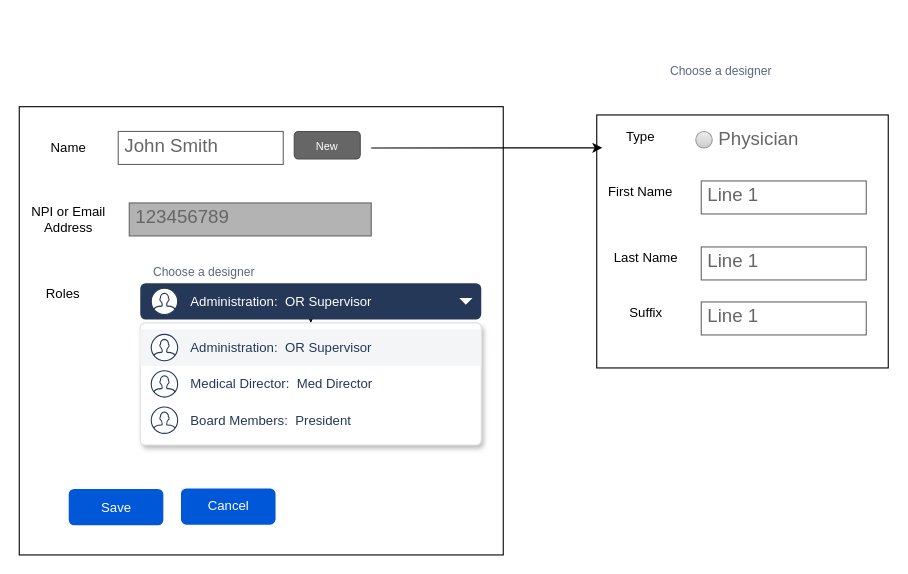
woodsngoods/MDM keeps this draw.io diagram as page "Add Contact" (2 of 2) of KeyContacts.drawio. Above is the earlier version. Source tidied: cells renumbered, new cells numbered last; positions are measured from the earlier drawing's top-left corner, leaving out a move shared by most shapes. Both pictures are drawn from the tidied source at 110%, with x=0, y=0 at pixel (19, 59).
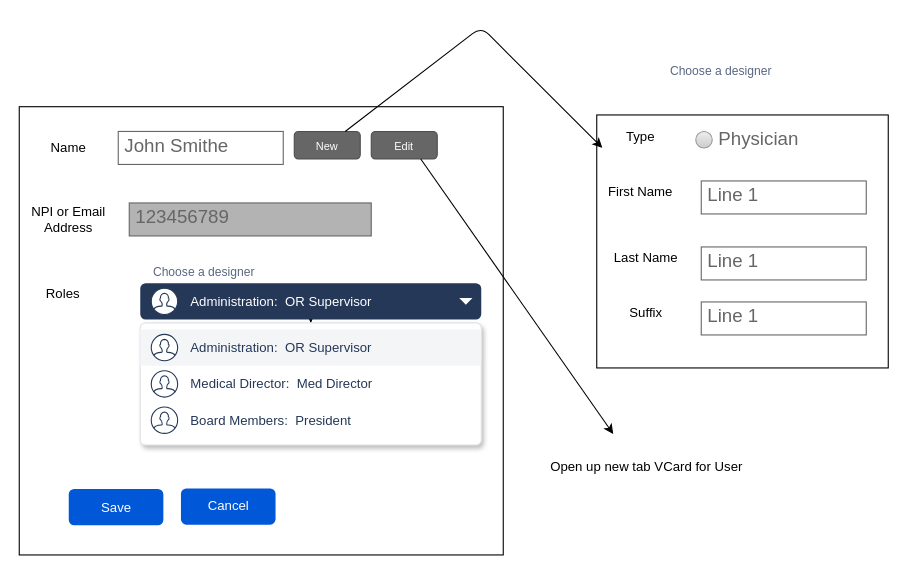
Above is the later version.

Unchanged cells that the change refers to:
```xml
<mxCell id="14" value="New" style="rounded=1;html=1;shadow=0;dashed=0;whiteSpace=wrap;fontSize=10;fillColor=#666666;align=center;strokeColor=#4D4D4D;fontColor=#ffffff;" parent="1" vertex="1">
  <mxGeometry x="250" y="65" width="60" height="25" as="geometry" />
</mxCell>
<mxCell id="33" style="rounded=0;whiteSpace=wrap;html=1;fillColor=none;" parent="1" vertex="1">
  <mxGeometry x="525" y="50" width="265" height="230" as="geometry" />
</mxCell>
```

The edit, as a diff of the source:
```diff
@@
-    <mxCell id="12" value="John Smith" style="strokeWidth=1;shadow=0;dashed=0;align=center;html=1;shape=mxgraph.mockup.text.textBox;fontColor=#666666;align=left;fontSize=17;spacingLeft=4;spacingTop=-3;strokeColor=#666666;mainText=;" parent="1" vertex="1">
+    <mxCell id="12" value="John Smithe" style="strokeWidth=1;shadow=0;dashed=0;align=center;html=1;shape=mxgraph.mockup.text.textBox;fontColor=#666666;align=left;fontSize=17;spacingLeft=4;spacingTop=-3;strokeColor=#666666;mainText=;" parent="1" vertex="1">
       <mxGeometry x="90" y="65" width="150" height="30" as="geometry" />
     </mxCell>
@@
-    <mxCell id="32" style="endArrow=classic;html=1;entryX=0.019;entryY=0.13;entryDx=0;entryDy=0;entryPerimeter=0;" parent="1" edge="1" target="33">
+    <mxCell id="32" style="endArrow=classic;html=1;entryX=0.019;entryY=0.13;entryDx=0;entryDy=0;entryPerimeter=0;" parent="1" edge="1" source="14" target="33">
       <mxGeometry relative="1" as="geometry">
-        <mxPoint x="320" y="80" as="sourcePoint" />
+        <Array as="points">
+          <mxPoint x="420" y="-30" />
+        </Array>
       </mxGeometry>
     </mxCell>
@@
+    <mxCell id="34" value="Edit" style="rounded=1;html=1;shadow=0;dashed=0;whiteSpace=wrap;fontSize=10;fillColor=#666666;align=center;strokeColor=#4D4D4D;fontColor=#ffffff;" parent="1" vertex="1">
+      <mxGeometry x="320" y="65" width="60" height="25" as="geometry" />
+    </mxCell>
+    <mxCell id="35" style="endArrow=classic;html=1;exitX=0.75;exitY=1;exitDx=0;exitDy=0;" parent="1" edge="1" source="34">
+      <mxGeometry relative="1" as="geometry">
+        <mxPoint x="540" y="340" as="targetPoint" />
+      </mxGeometry>
+    </mxCell>
+    <mxCell id="36" value="Open up new tab VCard for User" style="text;html=1;align=center;verticalAlign=middle;" parent="1" vertex="1">
+      <mxGeometry x="475" y="360" width="190" height="20" as="geometry" />
+    </mxCell>
```
